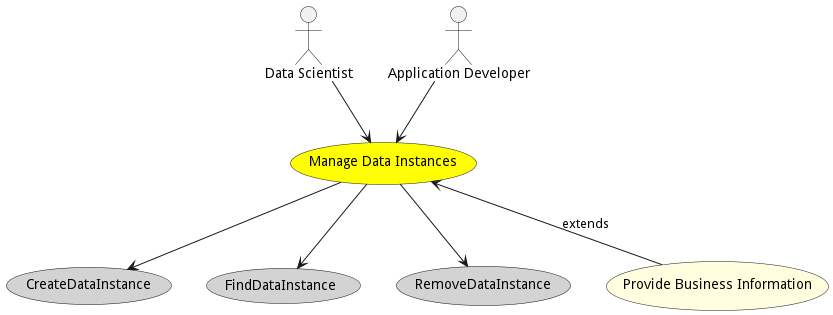
The PlantUML diagram docs/edgemere/diml/dml/do/usecases/managedatainstances/Activities.png in madajaju/edgemere, before a commit.
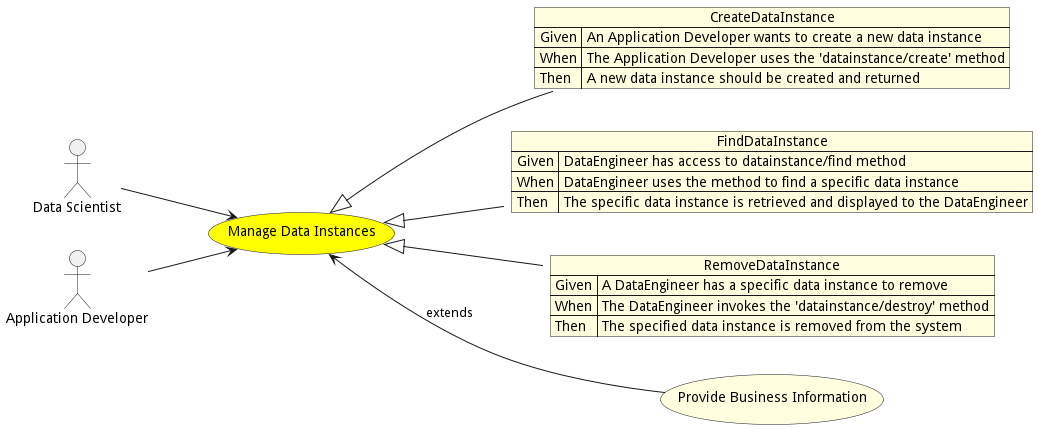
The same diagram one commit later.

What changed in the source:
```diff
@@ -1,5 +1,7 @@
 @startuml
 
+
+left to right direction
 
 usecase "Manage Data Instances" as ManageDataInstances #yellow
 
@@ -13,17 +15,29 @@
 
 
 
-usecase "CreateDataInstance" as CreateDataInstance #lightgrey
+json CreateDataInstance #lightyellow {
+    "Given": "An Application Developer wants to create a new data instance",
+    "When": "The Application Developer uses the &#39;datainstance/create&#39; method",
+    "Then": "A new data instance should be created and returned"
+}
 
-ManageDataInstances --> CreateDataInstance
+ManageDataInstances <|-- CreateDataInstance
 
-usecase "FindDataInstance" as FindDataInstance #lightgrey
+json FindDataInstance #lightyellow {
+    "Given": "DataEngineer has access to datainstance/find method",
+    "When": "DataEngineer uses the method to find a specific data instance",
+    "Then": "The specific data instance is retrieved and displayed to the DataEngineer"
+}
 
-ManageDataInstances --> FindDataInstance
+ManageDataInstances <|-- FindDataInstance
 
-usecase "RemoveDataInstance" as RemoveDataInstance #lightgrey
+json RemoveDataInstance #lightyellow {
+    "Given": "A DataEngineer has a specific data instance to remove",
+    "When": "The DataEngineer invokes the &#39;datainstance/destroy&#39; method",
+    "Then": "The specified data instance is removed from the system"
+}
 
-ManageDataInstances --> RemoveDataInstance
+ManageDataInstances <|-- RemoveDataInstance
 
 
 
```
